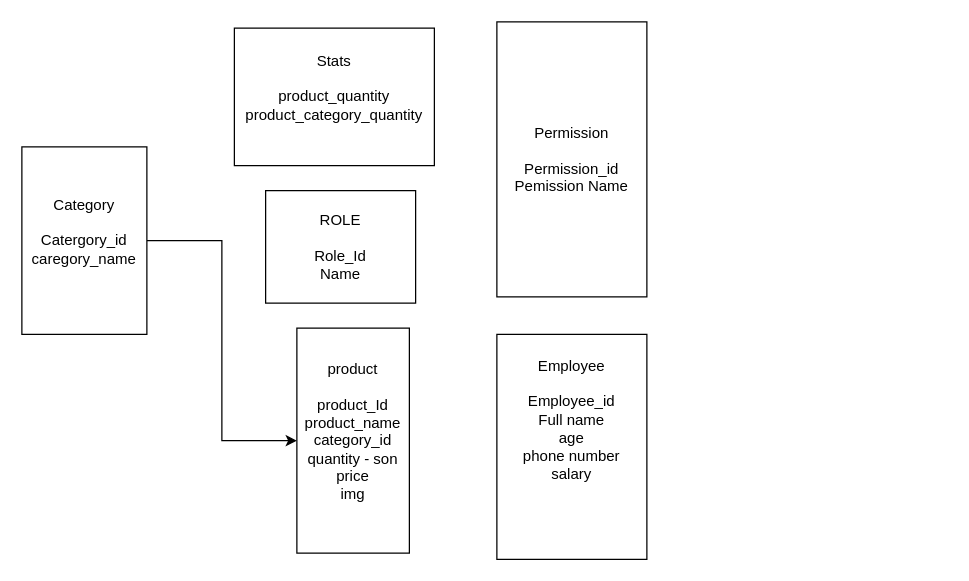
This is Untitled Diagram.drawio from Tohirjon-Odilov/Exam.StockManagement, a draw.io file, before an edit. Source tidied: cells renumbered, new cells numbered last; positions are measured from the earlier drawing's top-left corner, leaving out a move shared by most shapes. Both pictures are drawn from the tidied source at 125%, with x=0, y=0 at pixel (21, 21).
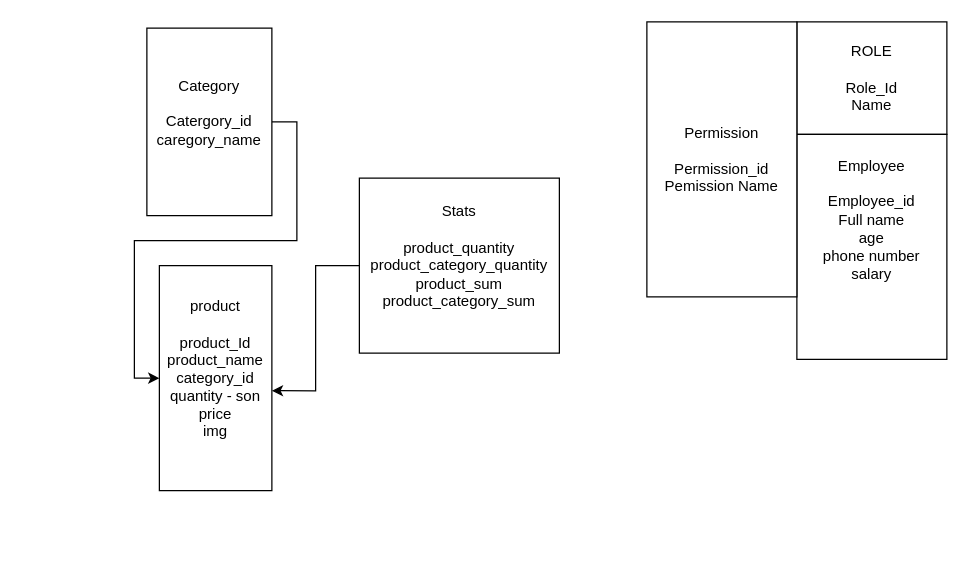
The same page after the edit.

The edit, as a diff of the source:
```diff
@@
 <mxGraphModel>
   <root>
     <mxCell id="0" />
     <mxCell id="1" parent="0" />
     <mxCell id="2" value="product&lt;div&gt;&lt;div&gt;&lt;br&gt;product_Id&lt;div&gt;product_name&lt;/div&gt;&lt;div&gt;category_id&lt;/div&gt;&lt;div&gt;quantity - son&lt;/div&gt;&lt;div&gt;price&lt;/div&gt;&lt;div&gt;img&lt;/div&gt;&lt;div&gt;&lt;br&gt;&lt;/div&gt;&lt;/div&gt;&lt;/div&gt;" style="rounded=0;whiteSpace=wrap;html=1;" parent="1" vertex="1">
-      <mxGeometry x="220" y="245" width="90" height="180" as="geometry" />
+      <mxGeometry x="110" y="195" width="90" height="180" as="geometry" />
     </mxCell>
     <mxCell id="3" style="edgeStyle=orthogonalEdgeStyle;rounded=0;jettySize=auto;html=1;exitX=1;exitY=0.5;exitDx=0;exitDy=0;entryX=0;entryY=0.5;entryDx=0;entryDy=0;" parent="1" edge="1" source="4" target="2">
       <mxGeometry relative="1" as="geometry" />
     </mxCell>
     <mxCell id="4" value="Category&lt;br&gt;&lt;br&gt;Catergory_id&lt;div&gt;caregory_name&lt;/div&gt;&lt;div&gt;&lt;br&gt;&lt;/div&gt;" style="rounded=0;whiteSpace=wrap;html=1;" parent="1" vertex="1">
-      <mxGeometry y="100" width="100" height="150" as="geometry" />
+      <mxGeometry x="100" y="5" width="100" height="150" as="geometry" />
     </mxCell>
     <mxCell id="5" value="&lt;div&gt;ROLE&lt;/div&gt;&lt;div&gt;&lt;br&gt;&lt;/div&gt;Role_Id&lt;div&gt;Name&lt;/div&gt;" style="rounded=0;whiteSpace=wrap;html=1;" parent="1" vertex="1">
-      <mxGeometry x="195" y="135" width="120" height="90" as="geometry" />
+      <mxGeometry x="620" width="120" height="90" as="geometry" />
     </mxCell>
     <mxCell id="6" value="Employee&lt;div&gt;&lt;br&gt;&lt;/div&gt;&lt;div&gt;Employee_id&lt;/div&gt;&lt;div&gt;Full name&lt;br&gt;age&lt;/div&gt;&lt;div&gt;phone number&lt;/div&gt;&lt;div&gt;salary&lt;/div&gt;&lt;div&gt;&lt;br&gt;&lt;/div&gt;&lt;div&gt;&lt;br&gt;&lt;/div&gt;&lt;div&gt;&lt;br&gt;&lt;/div&gt;" style="rounded=0;whiteSpace=wrap;html=1;" parent="1" vertex="1">
-      <mxGeometry x="380" y="250" width="120" height="180" as="geometry" />
+      <mxGeometry x="620" y="90" width="120" height="180" as="geometry" />
     </mxCell>
     <mxCell id="7" value="Permission&lt;div&gt;&lt;br&gt;&lt;/div&gt;&lt;div&gt;Permission_id&lt;/div&gt;&lt;div&gt;Pemission Name&lt;/div&gt;" style="rounded=0;whiteSpace=wrap;html=1;" parent="1" vertex="1">
-      <mxGeometry x="380" width="120" height="220" as="geometry" />
+      <mxGeometry x="500" width="120" height="220" as="geometry" />
     </mxCell>
-    <mxCell id="8" value="Stats&lt;div&gt;&lt;br&gt;&lt;/div&gt;&lt;div&gt;product_quantity&lt;/div&gt;&lt;div&gt;product_category_quantity&lt;/div&gt;&lt;div&gt;&lt;br&gt;&lt;/div&gt;" style="rounded=0;whiteSpace=wrap;html=1;" parent="1" vertex="1">
-      <mxGeometry x="170" y="5" width="160" height="110" as="geometry" />
+    <mxCell id="8" value="Stats&lt;div&gt;&lt;br&gt;&lt;/div&gt;&lt;div&gt;product_quantity&lt;/div&gt;&lt;div&gt;product_category_quantity&lt;/div&gt;&lt;div&gt;product_sum&lt;br&gt;product_category_sum&lt;/div&gt;&lt;div&gt;&lt;br&gt;&lt;/div&gt;" style="rounded=0;whiteSpace=wrap;html=1;" parent="1" vertex="1">
+      <mxGeometry x="270" y="125" width="160" height="140" as="geometry" />
     </mxCell>
+    <mxCell id="9" style="edgeStyle=orthogonalEdgeStyle;rounded=0;jettySize=auto;html=1;entryX=1;entryY=0.556;entryDx=0;entryDy=0;entryPerimeter=0;" parent="1" edge="1" source="8" target="2">
+      <mxGeometry relative="1" as="geometry" />
+    </mxCell>
   </root>
 </mxGraphModel>
```
